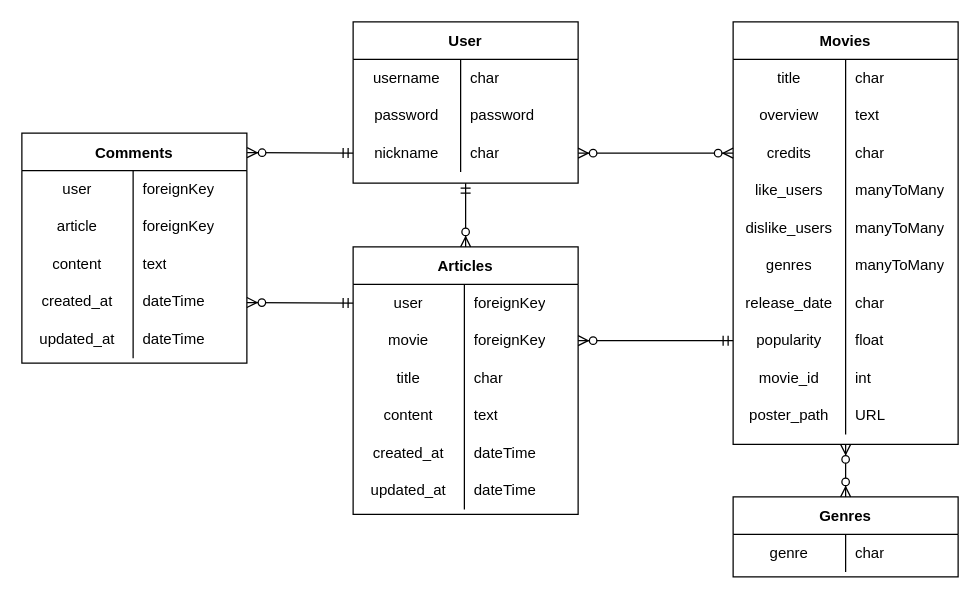
Above: page "Page-1" (1 of 2) of images/erd/model.drawio in elqla/eutCha-movie_community (draw.io), before the change. Source tidied: cells renumbered, new cells numbered last; positions are measured from the earlier drawing's top-left corner, leaving out a move shared by most shapes. Both pictures are drawn from the tidied source at 125%, with x=0, y=0 at pixel (21, 21).
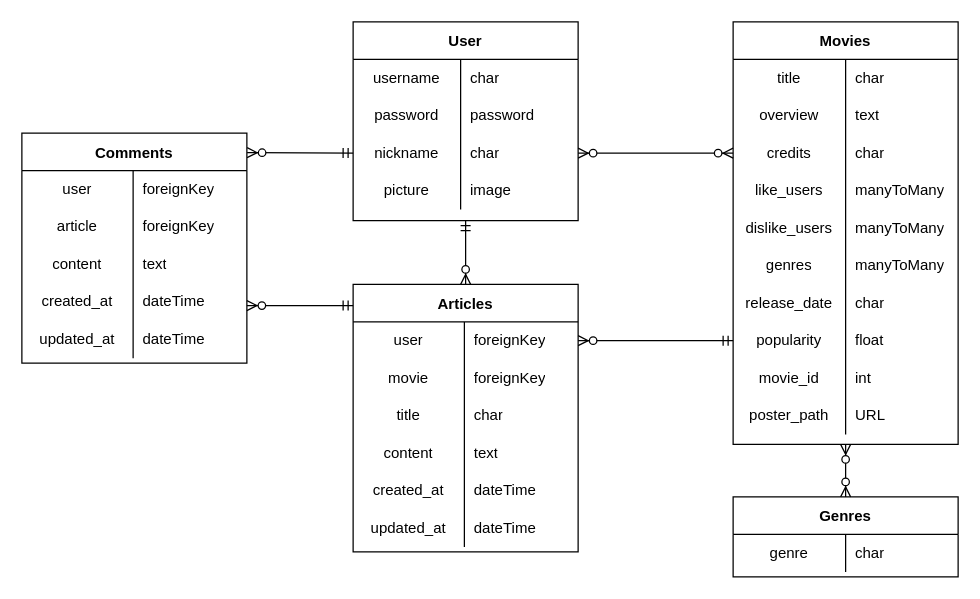
After the change.

Unchanged cells that the change refers to:
```xml
<mxCell id="34" style="shape=tableRow;horizontal=0;startSize=0;swimlaneHead=0;swimlaneBody=0;top=0;left=0;bottom=0;right=0;fillColor=none;points=[[0,0.5],[1,0.5]];portConstraint=eastwest;" parent="12" vertex="1">
  <mxGeometry y="240" width="180" height="30" as="geometry" />
</mxCell>
<mxCell id="44" style="shape=tableRow;horizontal=0;startSize=0;swimlaneHead=0;swimlaneBody=0;top=0;left=0;bottom=0;right=0;fillColor=none;points=[[0,0.5],[1,0.5]];portConstraint=eastwest;" parent="43" vertex="1">
  <mxGeometry y="30" width="180" height="30" as="geometry" />
</mxCell>
<mxCell id="47" style="shape=tableRow;horizontal=0;startSize=0;swimlaneHead=0;swimlaneBody=0;top=0;left=0;bottom=0;right=0;fillColor=none;points=[[0,0.5],[1,0.5]];portConstraint=eastwest;" parent="43" vertex="1">
  <mxGeometry y="60" width="180" height="30" as="geometry" />
</mxCell>
<mxCell id="72" style="shape=tableRow;horizontal=0;startSize=0;swimlaneHead=0;swimlaneBody=0;top=0;left=0;bottom=0;right=0;fillColor=none;points=[[0,0.5],[1,0.5]];portConstraint=eastwest;" parent="62" vertex="1">
  <mxGeometry y="120" width="180" height="30" as="geometry" />
</mxCell>
```

Diff of the diagram source:
```diff
@@
     <mxCell id="2" value="User" style="shape=table;startSize=30;childLayout=tableLayout;rowLines=0;fontStyle=1;" parent="1" vertex="1">
-      <mxGeometry x="265" width="180" height="129" as="geometry" />
+      <mxGeometry x="265" width="180" height="159" as="geometry" />
     </mxCell>
@@
+    <mxCell id="88" style="shape=tableRow;horizontal=0;startSize=0;swimlaneHead=0;swimlaneBody=0;top=0;left=0;bottom=0;right=0;fillColor=none;" parent="2" vertex="1">
+      <mxGeometry y="120" width="180" height="30" as="geometry" />
+    </mxCell>
+    <mxCell id="89" value="picture" style="shape=partialRectangle;html=1;whiteSpace=wrap;fillColor=none;top=0;left=0;bottom=0;right=0;overflow=hidden;" parent="88" vertex="1">
+      <mxGeometry width="86" height="30" as="geometry" />
+    </mxCell>
+    <mxCell id="90" value="image" style="shape=partialRectangle;html=1;whiteSpace=wrap;fillColor=none;top=0;left=0;bottom=0;right=0;align=left;spacingLeft=6;overflow=hidden;" parent="88" vertex="1">
+      <mxGeometry x="86" width="94" height="30" as="geometry" />
+    </mxCell>
@@
     <mxCell id="43" value="Articles" style="shape=table;startSize=30;childLayout=tableLayout;rowLines=0;fontStyle=1;" parent="1" vertex="1">
-      <mxGeometry x="265" y="180" width="180" height="214" as="geometry" />
+      <mxGeometry x="265" y="210" width="180" height="214" as="geometry" />
     </mxCell>
@@
-    <mxCell id="83" style="edgeStyle=entityRelationEdgeStyle;fontSize=12;html=1;endArrow=ERzeroToMany;startArrow=ERmandOne;rounded=0;entryX=1;entryY=0.5;entryDx=0;entryDy=0;exitX=0;exitY=0.5;exitDx=0;exitDy=0;" parent="1" edge="1" source="34" target="47">
+    <mxCell id="83" style="edgeStyle=entityRelationEdgeStyle;fontSize=12;html=1;endArrow=ERzeroToMany;startArrow=ERmandOne;rounded=0;entryX=1;entryY=0.5;entryDx=0;entryDy=0;exitX=0;exitY=0.5;exitDx=0;exitDy=0;" parent="1" edge="1" source="34" target="44">
       <mxGeometry relative="1" as="geometry" />
     </mxCell>
@@
-    <mxCell id="87" style="fontSize=12;html=1;endArrow=ERzeroToMany;startArrow=ERmandOne;rounded=0;exitX=0;exitY=0.5;exitDx=0;exitDy=0;" parent="1" edge="1" source="44" target="72">
-      <mxGeometry relative="1" as="geometry" />
+    <mxCell id="87" style="fontSize=12;html=1;endArrow=ERzeroToMany;startArrow=ERmandOne;rounded=0;exitX=0;exitY=0.079;exitDx=0;exitDy=0;exitPerimeter=0;" parent="1" edge="1" source="43">
+      <mxGeometry relative="1" as="geometry">
+        <mxPoint x="180" y="227" as="targetPoint" />
+      </mxGeometry>
     </mxCell>
```
